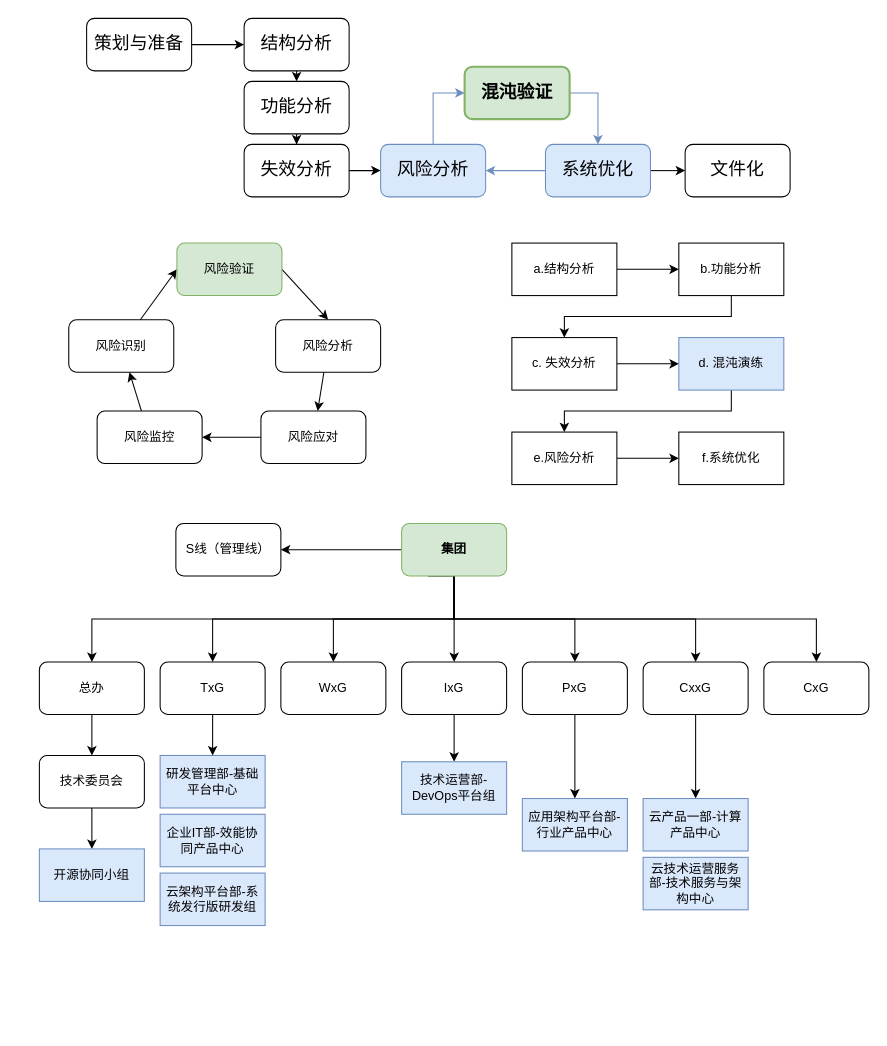
The draw.io diagram 混沌驱动FMEA的改进飞轮.drawio in 89ao/rss2cubox, before the edit. Source tidied: cells renumbered, new cells numbered last; positions are measured from the earlier drawing's top-left corner, leaving out a move shared by most shapes. Both pictures are drawn from the tidied source at 105%, with x=0, y=0 at pixel (39, 18).
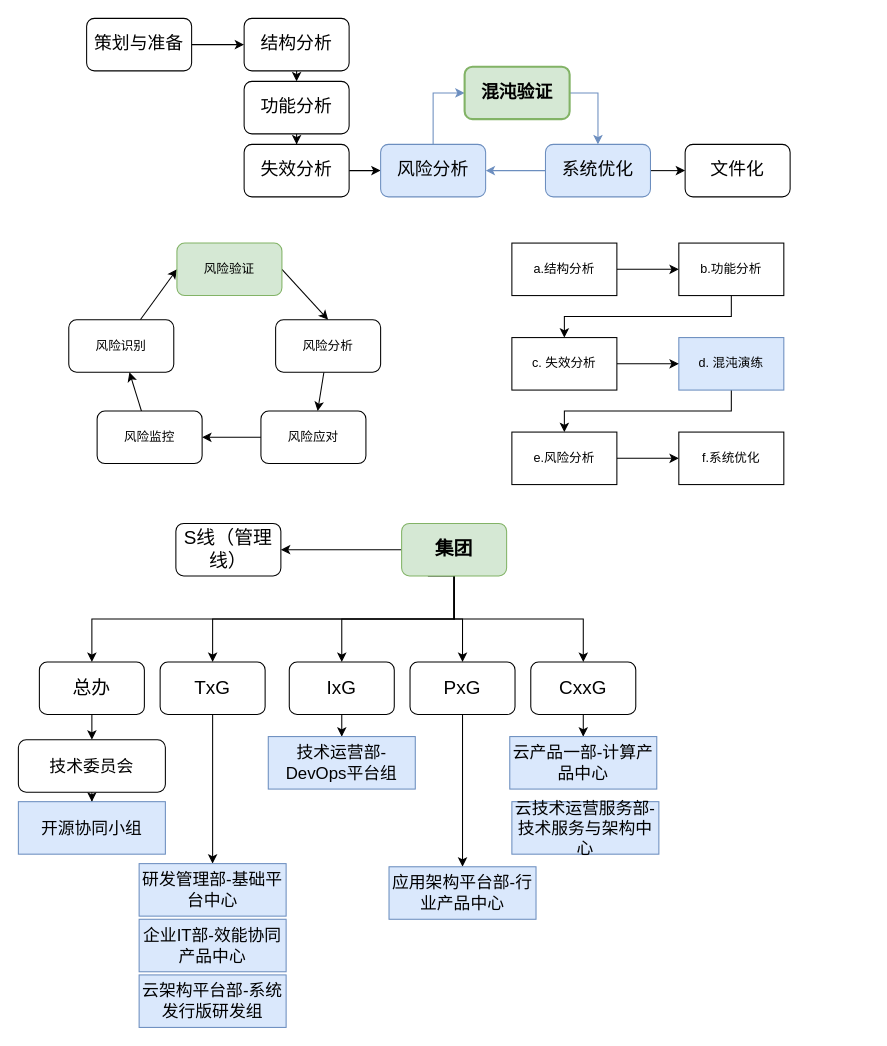
Above is the later version.

Commit message:
更新混沌驱动FMEA的改进飞轮.drawio

The edit, as a diff of the source:
```diff
@@
-    <mxCell id="28" style="edgeStyle=orthogonalEdgeStyle;rounded=0;jettySize=auto;html=1;" parent="1" edge="1" source="36" target="37">
+    <mxCell id="28" style="edgeStyle=orthogonalEdgeStyle;rounded=0;jettySize=auto;html=1;fontSize=18;" parent="1" edge="1" source="36" target="37">
       <mxGeometry relative="1" as="geometry" />
     </mxCell>
-    <mxCell id="29" style="edgeStyle=orthogonalEdgeStyle;rounded=0;jettySize=auto;html=1;exitX=0.5;exitY=1;exitDx=0;exitDy=0;" parent="1" edge="1" source="36" target="38">
-      <mxGeometry relative="1" as="geometry" />
-    </mxCell>
-    <mxCell id="30" style="edgeStyle=orthogonalEdgeStyle;rounded=0;jettySize=auto;html=1;exitX=0.5;exitY=1;exitDx=0;exitDy=0;entryX=0.5;entryY=0;entryDx=0;entryDy=0;" parent="1" edge="1" source="36" target="46">
+    <mxCell id="30" style="edgeStyle=orthogonalEdgeStyle;rounded=0;jettySize=auto;html=1;exitX=0.5;exitY=1;exitDx=0;exitDy=0;entryX=0.5;entryY=0;entryDx=0;entryDy=0;fontSize=18;" parent="1" edge="1" source="36" target="46">
       <mxGeometry relative="1" as="geometry" />
     </mxCell>
-    <mxCell id="31" style="edgeStyle=orthogonalEdgeStyle;rounded=0;jettySize=auto;html=1;exitX=0.5;exitY=1;exitDx=0;exitDy=0;entryX=0.5;entryY=0;entryDx=0;entryDy=0;" parent="1" edge="1" source="36" target="40">
+    <mxCell id="31" style="edgeStyle=orthogonalEdgeStyle;rounded=0;jettySize=auto;html=1;exitX=0.5;exitY=1;exitDx=0;exitDy=0;entryX=0.5;entryY=0;entryDx=0;entryDy=0;fontSize=18;" parent="1" edge="1" source="36" target="40">
       <mxGeometry relative="1" as="geometry" />
     </mxCell>
-    <mxCell id="32" style="edgeStyle=orthogonalEdgeStyle;rounded=0;jettySize=auto;html=1;exitX=0.5;exitY=1;exitDx=0;exitDy=0;entryX=0.5;entryY=0;entryDx=0;entryDy=0;" parent="1" edge="1" source="36" target="42">
+    <mxCell id="32" style="edgeStyle=orthogonalEdgeStyle;rounded=0;jettySize=auto;html=1;exitX=0.5;exitY=1;exitDx=0;exitDy=0;entryX=0.5;entryY=0;entryDx=0;entryDy=0;fontSize=18;" parent="1" edge="1" source="36" target="42">
       <mxGeometry relative="1" as="geometry" />
     </mxCell>
-    <mxCell id="33" style="edgeStyle=orthogonalEdgeStyle;rounded=0;jettySize=auto;html=1;exitX=0.5;exitY=1;exitDx=0;exitDy=0;entryX=0.5;entryY=0;entryDx=0;entryDy=0;" parent="1" edge="1" source="36" target="44">
+    <mxCell id="33" style="edgeStyle=orthogonalEdgeStyle;rounded=0;jettySize=auto;html=1;exitX=0.5;exitY=1;exitDx=0;exitDy=0;entryX=0.5;entryY=0;entryDx=0;entryDy=0;fontSize=18;" parent="1" edge="1" source="36" target="44">
       <mxGeometry relative="1" as="geometry" />
     </mxCell>
-    <mxCell id="34" style="edgeStyle=orthogonalEdgeStyle;rounded=0;jettySize=auto;html=1;exitX=0.5;exitY=1;exitDx=0;exitDy=0;entryX=0.5;entryY=0;entryDx=0;entryDy=0;" parent="1" edge="1" source="36" target="47">
-      <mxGeometry relative="1" as="geometry" />
-    </mxCell>
-    <mxCell id="35" style="edgeStyle=orthogonalEdgeStyle;rounded=0;jettySize=auto;html=1;exitX=0.25;exitY=1;exitDx=0;exitDy=0;entryX=0.5;entryY=0;entryDx=0;entryDy=0;" parent="1" edge="1" source="36" target="53">
+    <mxCell id="35" style="edgeStyle=orthogonalEdgeStyle;rounded=0;jettySize=auto;html=1;exitX=0.25;exitY=1;exitDx=0;exitDy=0;entryX=0.5;entryY=0;entryDx=0;entryDy=0;fontSize=18;" parent="1" edge="1" source="36" target="53">
       <mxGeometry relative="1" as="geometry">
         <Array as="points">
           <mxPoint x="395" y="531" />
           <mxPoint x="395" y="572" />
           <mxPoint x="50" y="572" />
         </Array>
       </mxGeometry>
     </mxCell>
-    <mxCell id="36" value="集团" style="rounded=1;whiteSpace=wrap;html=1;fillColor=#d5e8d4;strokeColor=#82b366;fontStyle=1;" parent="1" vertex="1">
+    <mxCell id="36" value="集团" style="rounded=1;whiteSpace=wrap;html=1;fillColor=#d5e8d4;strokeColor=#82b366;fontStyle=1;fontSize=18;" parent="1" vertex="1">
       <mxGeometry x="345" y="481" width="100" height="50" as="geometry" />
     </mxCell>
-    <mxCell id="37" value="S线（管理线）" style="rounded=1;whiteSpace=wrap;html=1;" parent="1" vertex="1">
+    <mxCell id="37" value="S线（管理线）" style="rounded=1;whiteSpace=wrap;html=1;fontSize=18;" parent="1" vertex="1">
       <mxGeometry x="130" y="481" width="100" height="50" as="geometry" />
     </mxCell>
-    <mxCell id="38" value="WxG" style="rounded=1;whiteSpace=wrap;html=1;" parent="1" vertex="1">
-      <mxGeometry x="230" y="613" width="100" height="50" as="geometry" />
-    </mxCell>
@@
-    <mxCell id="40" value="IxG" style="rounded=1;whiteSpace=wrap;html=1;" parent="1" vertex="1">
-      <mxGeometry x="345" y="613" width="100" height="50" as="geometry" />
+    <mxCell id="40" value="IxG" style="rounded=1;whiteSpace=wrap;html=1;fontSize=18;" parent="1" vertex="1">
+      <mxGeometry x="238" y="613" width="100" height="50" as="geometry" />
     </mxCell>
@@
-    <mxCell id="42" value="PxG" style="rounded=1;whiteSpace=wrap;html=1;" parent="1" vertex="1">
-      <mxGeometry x="460" y="613" width="100" height="50" as="geometry" />
+    <mxCell id="42" value="PxG" style="rounded=1;whiteSpace=wrap;html=1;fontSize=18;" parent="1" vertex="1">
+      <mxGeometry x="353" y="613" width="100" height="50" as="geometry" />
     </mxCell>
@@
-    <mxCell id="44" value="CxxG" style="rounded=1;whiteSpace=wrap;html=1;" parent="1" vertex="1">
-      <mxGeometry x="575" y="613" width="100" height="50" as="geometry" />
+    <mxCell id="44" value="CxxG" style="rounded=1;whiteSpace=wrap;html=1;fontSize=18;" parent="1" vertex="1">
+      <mxGeometry x="468" y="613" width="100" height="50" as="geometry" />
     </mxCell>
@@
-    <mxCell id="46" value="Tx&lt;span style=&quot;background-color: transparent; color: light-dark(rgb(0, 0, 0), rgb(255, 255, 255));&quot;&gt;G&lt;/span&gt;" style="rounded=1;whiteSpace=wrap;html=1;" parent="1" vertex="1">
+    <mxCell id="46" value="Tx&lt;span style=&quot;background-color: transparent; color: light-dark(rgb(0, 0, 0), rgb(255, 255, 255));&quot;&gt;G&lt;/span&gt;" style="rounded=1;whiteSpace=wrap;html=1;fontSize=18;" parent="1" vertex="1">
       <mxGeometry x="115" y="613" width="100" height="50" as="geometry" />
     </mxCell>
-    <mxCell id="47" value="CxG" style="rounded=1;whiteSpace=wrap;html=1;" parent="1" vertex="1">
-      <mxGeometry x="690" y="613" width="100" height="50" as="geometry" />
-    </mxCell>
-    <mxCell id="48" value="研发管理部-基础平台中心" style="rounded=0;whiteSpace=wrap;html=1;fillColor=#dae8fc;strokeColor=#6c8ebf;" parent="1" vertex="1">
-      <mxGeometry x="115" y="702" width="100" height="50" as="geometry" />
+    <mxCell id="48" value="研发管理部-基础平台中心" style="rounded=0;whiteSpace=wrap;html=1;fillColor=#dae8fc;strokeColor=#6c8ebf;fontSize=16;" parent="1" vertex="1">
+      <mxGeometry x="95" y="805" width="140" height="50" as="geometry" />
     </mxCell>
-    <mxCell id="49" value="企业IT部-效能协同产品中心" style="rounded=0;whiteSpace=wrap;html=1;fillColor=#dae8fc;strokeColor=#6c8ebf;" parent="1" vertex="1">
-      <mxGeometry x="115" y="758" width="100" height="50" as="geometry" />
+    <mxCell id="49" value="企业IT部-效能协同产品中心" style="rounded=0;whiteSpace=wrap;html=1;fillColor=#dae8fc;strokeColor=#6c8ebf;fontSize=16;" parent="1" vertex="1">
+      <mxGeometry x="95" y="858" width="140" height="50" as="geometry" />
     </mxCell>
-    <mxCell id="50" value="云产品一部-计算产品中心" style="rounded=0;whiteSpace=wrap;html=1;fillColor=#dae8fc;strokeColor=#6c8ebf;" parent="1" vertex="1">
-      <mxGeometry x="575" y="743" width="100" height="50" as="geometry" />
+    <mxCell id="50" value="云产品一部-计算产品中心" style="rounded=0;whiteSpace=wrap;html=1;fillColor=#dae8fc;strokeColor=#6c8ebf;fontSize=16;" parent="1" vertex="1">
+      <mxGeometry x="448" y="684" width="140" height="50" as="geometry" />
     </mxCell>
-    <mxCell id="51" value="云技术运营服务部-技术服务与架构中心" style="rounded=0;whiteSpace=wrap;html=1;fillColor=#dae8fc;strokeColor=#6c8ebf;" parent="1" vertex="1">
-      <mxGeometry x="575" y="799" width="100" height="50" as="geometry" />
+    <mxCell id="51" value="云技术运营服务部-技术服务与架构中心" style="rounded=0;whiteSpace=wrap;html=1;fillColor=#dae8fc;strokeColor=#6c8ebf;fontSize=16;" parent="1" vertex="1">
+      <mxGeometry x="450" y="746" width="140" height="50" as="geometry" />
     </mxCell>
@@
-    <mxCell id="53" value="总办" style="rounded=1;whiteSpace=wrap;html=1;" parent="1" vertex="1">
+    <mxCell id="53" value="总办" style="rounded=1;whiteSpace=wrap;html=1;fontSize=18;" parent="1" vertex="1">
       <mxGeometry y="613" width="100" height="50" as="geometry" />
     </mxCell>
@@
-    <mxCell id="55" value="技术委员会" style="rounded=1;whiteSpace=wrap;html=1;" parent="1" vertex="1">
-      <mxGeometry y="702" width="100" height="50" as="geometry" />
+    <mxCell id="55" value="技术委员会" style="rounded=1;whiteSpace=wrap;html=1;fontSize=16;" parent="1" vertex="1">
+      <mxGeometry x="-20" y="687" width="140" height="50" as="geometry" />
     </mxCell>
-    <mxCell id="56" value="开源协同小组" style="rounded=0;whiteSpace=wrap;html=1;fillColor=#dae8fc;strokeColor=#6c8ebf;" parent="1" vertex="1">
-      <mxGeometry y="791" width="100" height="50" as="geometry" />
+    <mxCell id="56" value="开源协同小组" style="rounded=0;whiteSpace=wrap;html=1;fillColor=#dae8fc;strokeColor=#6c8ebf;fontSize=16;" parent="1" vertex="1">
+      <mxGeometry x="-20" y="746" width="140" height="50" as="geometry" />
     </mxCell>
-    <mxCell id="57" value="云架构平台部-系统发行版研发组" style="rounded=0;whiteSpace=wrap;html=1;fillColor=#dae8fc;strokeColor=#6c8ebf;" parent="1" vertex="1">
-      <mxGeometry x="115" y="814" width="100" height="50" as="geometry" />
+    <mxCell id="57" value="云架构平台部-系统发行版研发组" style="rounded=0;whiteSpace=wrap;html=1;fillColor=#dae8fc;strokeColor=#6c8ebf;fontSize=16;" parent="1" vertex="1">
+      <mxGeometry x="95" y="911" width="140" height="50" as="geometry" />
     </mxCell>
-    <mxCell id="58" value="技术运营部-DevO&lt;span style=&quot;background-color: transparent; color: light-dark(rgb(0, 0, 0), rgb(255, 255, 255));&quot;&gt;ps平台组&lt;/span&gt;" style="rounded=0;whiteSpace=wrap;html=1;fillColor=#dae8fc;strokeColor=#6c8ebf;" parent="1" vertex="1">
-      <mxGeometry x="345" y="708" width="100" height="50" as="geometry" />
+    <mxCell id="58" value="技术运营部-DevO&lt;span style=&quot;background-color: transparent; color: light-dark(rgb(0, 0, 0), rgb(255, 255, 255));&quot;&gt;ps平台组&lt;/span&gt;" style="rounded=0;whiteSpace=wrap;html=1;fillColor=#dae8fc;strokeColor=#6c8ebf;fontSize=16;" parent="1" vertex="1">
+      <mxGeometry x="218" y="684" width="140" height="50" as="geometry" />
     </mxCell>
-    <mxCell id="59" value="应用架构平台部-行业产品中心" style="rounded=0;whiteSpace=wrap;html=1;fillColor=#dae8fc;strokeColor=#6c8ebf;" parent="1" vertex="1">
-      <mxGeometry x="460" y="743" width="100" height="50" as="geometry" />
+    <mxCell id="59" value="应用架构平台部-行业产品中心" style="rounded=0;whiteSpace=wrap;html=1;fillColor=#dae8fc;strokeColor=#6c8ebf;fontSize=16;" parent="1" vertex="1">
+      <mxGeometry x="333" y="808" width="140" height="50" as="geometry" />
     </mxCell>
```
